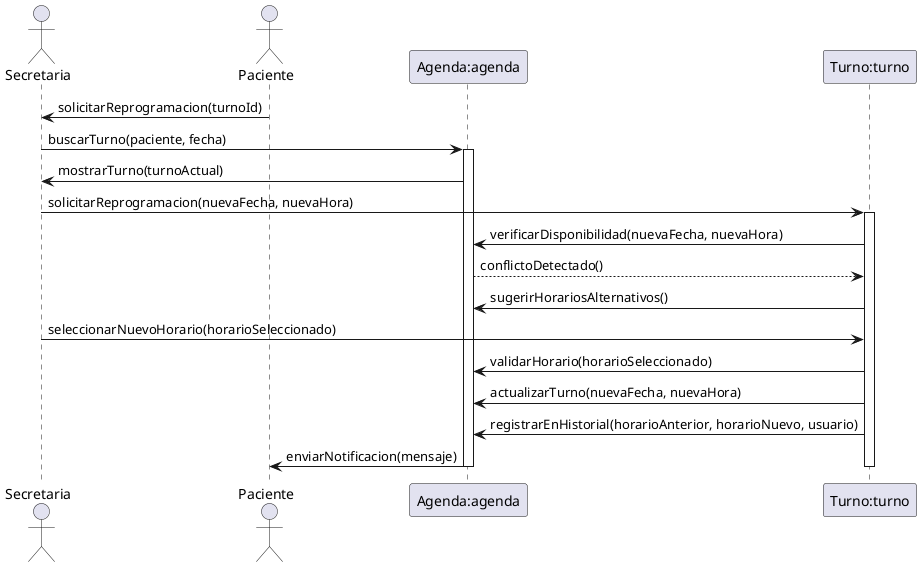
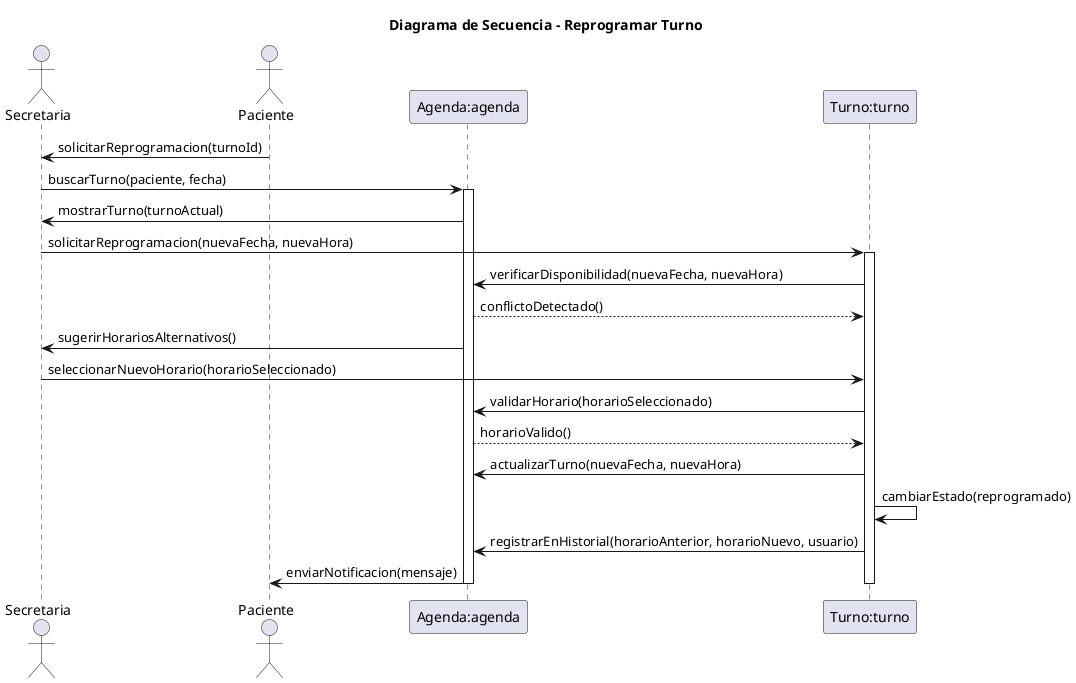
- @startuml Diagrama de Secuencia - Reprogramar Turno
+ @startuml
+ title Diagrama de Secuencia - Reprogramar Turno
' Nombre del escenario: Reprogramar Turno - Flujo Alterno
' Archivo: diagramas/03-escenarios-casos-de-uso/03-reprogramar-turno-flujo-alterno.md
' Objetivo: Representar la reprogramación de un turno por conflicto de horario, involucrando secretaria, paciente y sistema, basado en responsabilidades de CRC (Secretaria gestiona turnos, Turno reprograma, Agenda verifica disponibilidad).

actor Secretaria as victoria
actor Paciente as maria
participant "Agenda:agenda" as agenda
participant "Turno:turno" as turno

maria -> victoria: solicitarReprogramacion(turnoId)

victoria -> agenda: buscarTurno(paciente, fecha)
activate agenda

agenda -> victoria: mostrarTurno(turnoActual)

victoria -> turno: solicitarReprogramacion(nuevaFecha, nuevaHora)
activate turno

turno -> agenda: verificarDisponibilidad(nuevaFecha, nuevaHora)
agenda --> turno: conflictoDetectado()

- turno -> agenda: sugerirHorariosAlternativos()
+ agenda -> victoria: sugerirHorariosAlternativos()
victoria -> turno: seleccionarNuevoHorario(horarioSeleccionado)

turno -> agenda: validarHorario(horarioSeleccionado)
+ agenda --> turno: horarioValido()
turno -> agenda: actualizarTurno(nuevaFecha, nuevaHora)
+ turno -> turno: cambiarEstado(reprogramado)
turno -> agenda: registrarEnHistorial(horarioAnterior, horarioNuevo, usuario)

agenda -> maria: enviarNotificacion(mensaje)

deactivate turno
deactivate agenda
@enduml